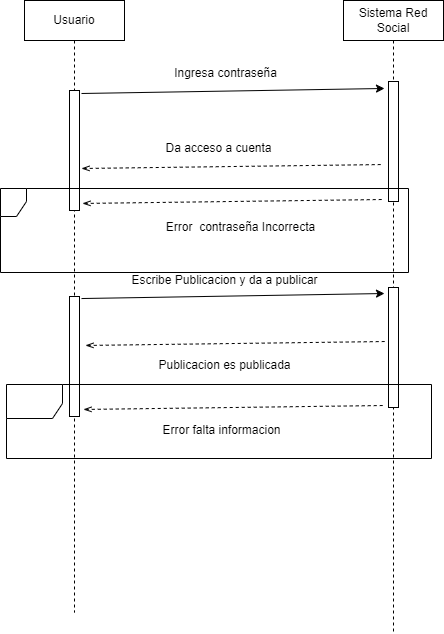
The draw.io diagram Casos de uso/Red Social/Gestionsec.drawio.png in JVC0/ETS, before a commit. Source tidied: cells renumbered, new cells last; positions are measured from the earlier drawing's top-left corner, leaving out a move shared by most shapes. Source of this version:
```xml
<mxGraphModel background="#FFFFFF">
  <root>
    <mxCell id="0" />
    <mxCell id="1" parent="0" />
    <mxCell id="2" value="Sistema Red Social" style="shape=umlLifeline;perimeter=lifelinePerimeter;whiteSpace=wrap;html=1;" parent="1" vertex="1">
      <mxGeometry x="343" width="100" height="633" as="geometry" />
    </mxCell>
    <mxCell id="3" style="html=1;points=[];perimeter=orthogonalPerimeter;" parent="2" vertex="1">
      <mxGeometry x="45" y="81" width="10" height="120" as="geometry" />
    </mxCell>
    <mxCell id="4" style="html=1;perimeter=orthogonalPerimeter;" parent="2" vertex="1">
      <mxGeometry x="45" y="287" width="10" height="120" as="geometry" />
    </mxCell>
    <mxCell id="5" value="Usuario" style="shape=umlLifeline;perimeter=lifelinePerimeter;whiteSpace=wrap;html=1;" parent="1" vertex="1">
      <mxGeometry x="24" width="100" height="612" as="geometry" />
    </mxCell>
    <mxCell id="6" style="html=1;points=[];perimeter=orthogonalPerimeter;" parent="5" vertex="1">
      <mxGeometry x="45" y="90" width="10" height="120" as="geometry" />
    </mxCell>
    <mxCell id="7" style="html=1;perimeter=orthogonalPerimeter;" parent="5" vertex="1">
      <mxGeometry x="45" y="296" width="10" height="120" as="geometry" />
    </mxCell>
    <mxCell id="8" style="endArrow=classic;html=1;exitX=1.2;exitY=0.025;exitDx=0;exitDy=0;exitPerimeter=0;entryX=-0.4;entryY=0.058;entryDx=0;entryDy=0;entryPerimeter=0;" parent="1" edge="1" source="6" target="3">
      <mxGeometry relative="1" as="geometry" />
    </mxCell>
    <mxCell id="9" value="&lt;p&gt;Ingresa contrase&lt;span style=&quot;text-align: left;&quot;&gt;&lt;font style=&quot;font-size: 12px;&quot;&gt;ña&lt;/font&gt;&lt;/span&gt;&lt;/p&gt;" style="text;html=1;align=center;verticalAlign=middle;strokeColor=none;fillColor=none;" parent="1" vertex="1">
      <mxGeometry x="164" y="48" width="121" height="50" as="geometry" />
    </mxCell>
    <mxCell id="10" style="endArrow=none;dashed=1;html=1;fontFamily=Helvetica;fontSize=12;fontColor=#000000;startArrow=openThin;startFill=0;exitX=1.2;exitY=0.65;exitDx=0;exitDy=0;exitPerimeter=0;entryX=-0.6;entryY=0.692;entryDx=0;entryDy=0;entryPerimeter=0;" parent="1" edge="1" source="6" target="3">
      <mxGeometry relative="1" as="geometry" />
    </mxCell>
    <mxCell id="11" value="Da acceso a cuenta" style="text;html=1;align=center;verticalAlign=middle;strokeColor=none;fillColor=none;fontSize=12;fontFamily=Helvetica;fontColor=#000000;" parent="1" vertex="1">
      <mxGeometry x="156" y="135" width="124" height="26" as="geometry" />
    </mxCell>
    <mxCell id="12" style="endArrow=none;dashed=1;html=1;fontFamily=Helvetica;fontSize=12;fontColor=#000000;startArrow=openThin;startFill=0;exitX=1.2;exitY=0.65;exitDx=0;exitDy=0;exitPerimeter=0;entryX=-0.6;entryY=0.692;entryDx=0;entryDy=0;entryPerimeter=0;" parent="1" edge="1">
      <mxGeometry relative="1" as="geometry">
        <mxPoint x="82" y="203" as="sourcePoint" />
        <mxPoint x="383" y="199" as="targetPoint" />
      </mxGeometry>
    </mxCell>
    <mxCell id="13" value="&lt;div style=&quot;text-align: left;&quot;&gt;&lt;/div&gt;Error&amp;nbsp; contrase&lt;span style=&quot;border-color: var(--border-color); text-align: left;&quot;&gt;ña Incorrecta&lt;/span&gt;&lt;span style=&quot;text-align: left;&quot;&gt;&lt;br&gt;&lt;/span&gt;" style="text;html=1;align=center;verticalAlign=middle;strokeColor=none;fillColor=none;fontSize=12;fontFamily=Helvetica;fontColor=#000000;" parent="1" vertex="1">
      <mxGeometry x="156" y="214" width="167" height="26" as="geometry" />
    </mxCell>
    <mxCell id="14" style="shape=umlFrame;whiteSpace=wrap;html=1;width=26;height=28;boundedLbl=1;verticalAlign=middle;align=left;spacingLeft=5;labelBackgroundColor=none;fontFamily=Helvetica;fontSize=12;fontColor=#000000;" parent="1" vertex="1">
      <mxGeometry y="188" width="408" height="84" as="geometry" />
    </mxCell>
    <mxCell id="15" style="endArrow=classic;html=1;exitX=1.2;exitY=0.025;exitDx=0;exitDy=0;exitPerimeter=0;entryX=-0.4;entryY=0.058;entryDx=0;entryDy=0;entryPerimeter=0;" parent="1" edge="1">
      <mxGeometry relative="1" as="geometry">
        <mxPoint x="81" y="298" as="sourcePoint" />
        <mxPoint x="384" y="293" as="targetPoint" />
      </mxGeometry>
    </mxCell>
    <mxCell id="16" value="Escribe Publicacion y da a publicar" style="text;html=1;align=center;verticalAlign=middle;strokeColor=none;fillColor=none;fontSize=12;fontFamily=Helvetica;fontColor=#000000;" parent="1" vertex="1">
      <mxGeometry x="122" y="267" width="204" height="26" as="geometry" />
    </mxCell>
    <mxCell id="17" style="endArrow=none;dashed=1;html=1;fontFamily=Helvetica;fontSize=12;fontColor=#000000;startArrow=openThin;startFill=0;exitX=1.2;exitY=0.65;exitDx=0;exitDy=0;exitPerimeter=0;entryX=-0.6;entryY=0.692;entryDx=0;entryDy=0;entryPerimeter=0;" parent="1" edge="1">
      <mxGeometry relative="1" as="geometry">
        <mxPoint x="85" y="345" as="sourcePoint" />
        <mxPoint x="386" y="341" as="targetPoint" />
      </mxGeometry>
    </mxCell>
    <mxCell id="18" value="Publicacion es publicada" style="text;html=1;align=center;verticalAlign=middle;strokeColor=none;fillColor=none;fontSize=12;fontFamily=Helvetica;fontColor=#000000;" parent="1" vertex="1">
      <mxGeometry x="149" y="352" width="150" height="26" as="geometry" />
    </mxCell>
    <mxCell id="19" style="endArrow=none;dashed=1;html=1;fontFamily=Helvetica;fontSize=12;fontColor=#000000;startArrow=openThin;startFill=0;exitX=1.2;exitY=0.65;exitDx=0;exitDy=0;exitPerimeter=0;entryX=-0.6;entryY=0.692;entryDx=0;entryDy=0;entryPerimeter=0;" parent="1" edge="1">
      <mxGeometry relative="1" as="geometry">
        <mxPoint x="83" y="409" as="sourcePoint" />
        <mxPoint x="384" y="405" as="targetPoint" />
      </mxGeometry>
    </mxCell>
    <mxCell id="20" value="Error falta informacion" style="text;html=1;align=center;verticalAlign=middle;strokeColor=none;fillColor=none;fontSize=12;fontFamily=Helvetica;fontColor=#000000;" parent="1" vertex="1">
      <mxGeometry x="153" y="417" width="136" height="26" as="geometry" />
    </mxCell>
    <mxCell id="21" style="shape=umlFrame;whiteSpace=wrap;html=1;width=56;height=34;boundedLbl=1;verticalAlign=middle;align=left;spacingLeft=5;labelBackgroundColor=none;fontFamily=Helvetica;fontSize=12;fontColor=#000000;" parent="1" vertex="1">
      <mxGeometry x="6" y="384" width="425" height="74" as="geometry" />
    </mxCell>
  </root>
</mxGraphModel>
```
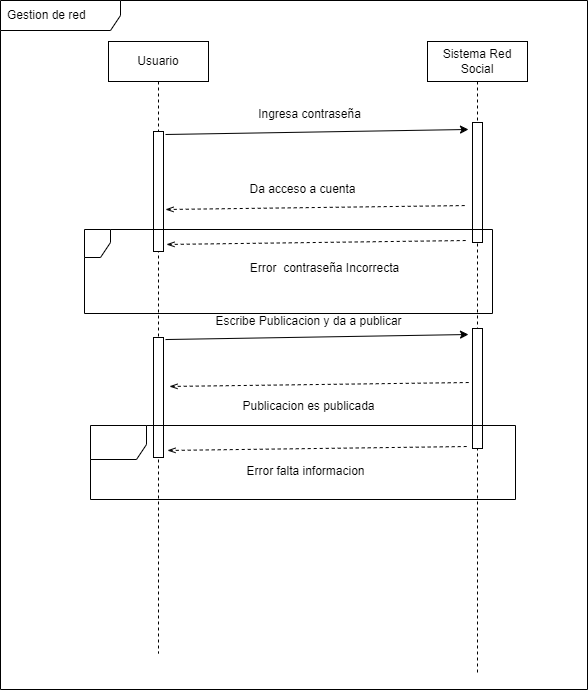
The same diagram one commit later.

What changed in the source:
```diff
@@ -74,5 +74,8 @@
     <mxCell id="21" style="shape=umlFrame;whiteSpace=wrap;html=1;width=56;height=34;boundedLbl=1;verticalAlign=middle;align=left;spacingLeft=5;labelBackgroundColor=none;fontFamily=Helvetica;fontSize=12;fontColor=#000000;" parent="1" vertex="1">
       <mxGeometry x="6" y="384" width="425" height="74" as="geometry" />
     </mxCell>
+    <mxCell id="22" value="Gestion de red" style="shape=umlFrame;whiteSpace=wrap;html=1;width=120;height=30;boundedLbl=1;verticalAlign=middle;align=left;spacingLeft=5;" parent="1" vertex="1">
+      <mxGeometry x="-84" y="-41" width="587" height="689" as="geometry" />
+    </mxCell>
   </root>
 </mxGraphModel>
```
